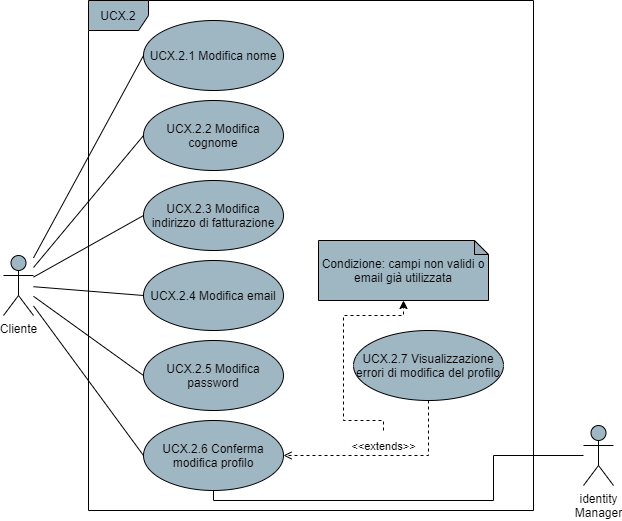
This is DocumentazioneEsterna/AnalisiDeiRequisiti/res/UseCase/Immagini/ModificaProfilo.png from Omicron-Team/Documentazione, a draw.io export, as it was before one commit. Source tidied: cells renumbered, new cells last; positions are measured from the earlier drawing's top-left corner, leaving out a move shared by most shapes. The source it was exported from:
```xml
<mxGraphModel>
  <root>
    <mxCell id="0" />
    <mxCell id="1" parent="0" />
    <mxCell id="2" style="rounded=0;jettySize=auto;html=1;entryX=0;entryY=0.5;entryDx=0;entryDy=0;endArrow=none;endFill=0;" parent="1" edge="1" source="8" target="10">
      <mxGeometry relative="1" as="geometry" />
    </mxCell>
    <mxCell id="3" style="edgeStyle=none;rounded=0;jettySize=auto;html=1;entryX=0;entryY=0.5;entryDx=0;entryDy=0;endArrow=none;endFill=0;" parent="1" edge="1" source="8" target="11">
      <mxGeometry relative="1" as="geometry" />
    </mxCell>
    <mxCell id="4" style="edgeStyle=none;rounded=0;jettySize=auto;html=1;entryX=0;entryY=0.5;entryDx=0;entryDy=0;endArrow=none;endFill=0;" parent="1" edge="1" source="8" target="12">
      <mxGeometry relative="1" as="geometry" />
    </mxCell>
    <mxCell id="5" style="edgeStyle=none;rounded=0;jettySize=auto;html=1;entryX=0;entryY=0.5;entryDx=0;entryDy=0;endArrow=none;endFill=0;" parent="1" edge="1" source="8" target="13">
      <mxGeometry relative="1" as="geometry" />
    </mxCell>
    <mxCell id="6" style="edgeStyle=none;rounded=0;jettySize=auto;html=1;entryX=0;entryY=0.5;entryDx=0;entryDy=0;endArrow=none;endFill=0;" parent="1" edge="1" source="8" target="14">
      <mxGeometry relative="1" as="geometry" />
    </mxCell>
    <mxCell id="7" style="rounded=0;jettySize=auto;html=1;entryX=0;entryY=0.5;entryDx=0;entryDy=0;endArrow=none;endFill=0;endSize=10;" parent="1" edge="1" source="8" target="19">
      <mxGeometry relative="1" as="geometry" />
    </mxCell>
    <mxCell id="8" value="Cliente" style="shape=umlActor;verticalLabelPosition=bottom;verticalAlign=top;html=1;fillColor=#9FB6C3;" parent="1" vertex="1">
      <mxGeometry y="255" width="30" height="60" as="geometry" />
    </mxCell>
    <mxCell id="9" value="UCX.2" style="shape=umlFrame;whiteSpace=wrap;html=1;fillColor=#9FB6C3;" parent="1" vertex="1">
      <mxGeometry x="85" width="445" height="510" as="geometry" />
    </mxCell>
    <mxCell id="10" value="UCX.2.1 Modifica nome" style="ellipse;whiteSpace=wrap;html=1;fillColor=#9FB6C3;" parent="1" vertex="1">
      <mxGeometry x="140" y="20" width="140" height="70" as="geometry" />
    </mxCell>
    <mxCell id="11" value="UCX.2.2 Modifica cognome" style="ellipse;whiteSpace=wrap;html=1;fillColor=#9FB6C3;" parent="1" vertex="1">
      <mxGeometry x="140" y="100" width="140" height="70" as="geometry" />
    </mxCell>
    <mxCell id="12" value="UCX.2.3 Modifica&lt;br&gt;indirizzo di fatturazione" style="ellipse;whiteSpace=wrap;html=1;fillColor=#9FB6C3;" parent="1" vertex="1">
      <mxGeometry x="140" y="180" width="140" height="70" as="geometry" />
    </mxCell>
    <mxCell id="13" value="UCX.2.4 Modifica email" style="ellipse;whiteSpace=wrap;html=1;fillColor=#9FB6C3;" parent="1" vertex="1">
      <mxGeometry x="140" y="260" width="140" height="70" as="geometry" />
    </mxCell>
    <mxCell id="14" value="UCX.2.6 Conferma modifica profilo" style="ellipse;whiteSpace=wrap;html=1;fillColor=#9FB6C3;" parent="1" vertex="1">
      <mxGeometry x="140" y="420" width="140" height="70" as="geometry" />
    </mxCell>
    <mxCell id="15" value="&amp;lt;&amp;lt;extends&amp;gt;&amp;gt;" style="edgeStyle=orthogonalEdgeStyle;rounded=0;jettySize=auto;html=1;exitX=0.5;exitY=1;exitDx=0;exitDy=0;entryX=1;entryY=0.5;entryDx=0;entryDy=0;endArrow=open;endFill=0;dashed=1;verticalAlign=bottom;align=center;" parent="1" edge="1" source="16" target="14">
      <mxGeometry relative="1" as="geometry" />
    </mxCell>
    <mxCell id="16" value="UCX.2.7 Visualizzazione errori di modifica del profilo" style="ellipse;whiteSpace=wrap;html=1;fillColor=#9FB6C3;" parent="1" vertex="1">
      <mxGeometry x="350" y="330" width="150" height="70" as="geometry" />
    </mxCell>
    <mxCell id="17" value="Condizione: campi non validi o email già utilizzata" style="shape=note;whiteSpace=wrap;html=1;backgroundOutline=1;darkOpacity=0.05;size=14;fillColor=#9FB6C3;" parent="1" vertex="1">
      <mxGeometry x="315" y="240" width="170" height="60" as="geometry" />
    </mxCell>
    <mxCell id="18" style="endArrow=classic;html=1;dashed=1;align=center;entryX=0.5;entryY=1;entryDx=0;entryDy=0;entryPerimeter=0;edgeStyle=orthogonalEdgeStyle;rounded=0;" parent="1" edge="1" target="17">
      <mxGeometry relative="1" as="geometry">
        <mxPoint x="380" y="430" as="sourcePoint" />
        <Array as="points">
          <mxPoint x="380" y="420" />
          <mxPoint x="340" y="420" />
          <mxPoint x="340" y="315" />
          <mxPoint x="400" y="315" />
        </Array>
      </mxGeometry>
    </mxCell>
    <mxCell id="19" value="UCX.2.5 Modifica password" style="ellipse;whiteSpace=wrap;html=1;fillColor=#9FB6C3;" parent="1" vertex="1">
      <mxGeometry x="140" y="340" width="140" height="70" as="geometry" />
    </mxCell>
    <mxCell id="20" style="edgeStyle=orthogonalEdgeStyle;rounded=0;jettySize=auto;html=1;endArrow=none;endFill=0;endSize=10;" parent="1" edge="1" source="21" target="14">
      <mxGeometry relative="1" as="geometry">
        <Array as="points">
          <mxPoint x="490" y="455" />
          <mxPoint x="490" y="500" />
          <mxPoint x="210" y="500" />
        </Array>
      </mxGeometry>
    </mxCell>
    <mxCell id="21" value="identity&lt;br&gt;Manager" style="shape=umlActor;verticalLabelPosition=bottom;verticalAlign=top;html=1;fillColor=#9FB6C3;" parent="1" vertex="1">
      <mxGeometry x="580" y="425" width="30" height="60" as="geometry" />
    </mxCell>
  </root>
</mxGraphModel>
```
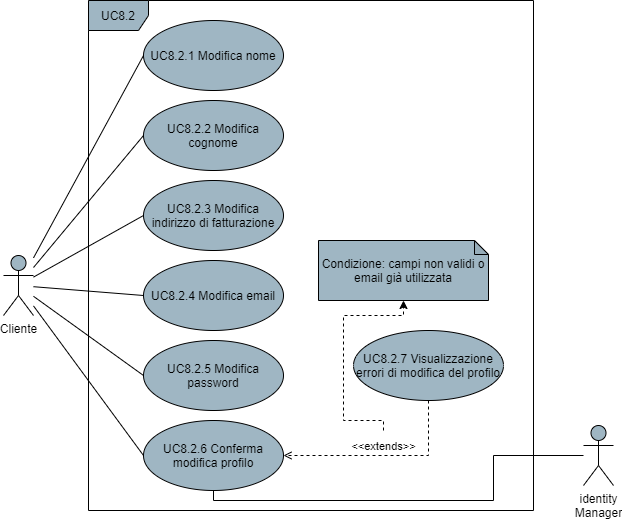
The same file after the commit.

The edit, as a diff of the source:
```diff
@@ -23,28 +23,28 @@
     <mxCell id="8" value="Cliente" style="shape=umlActor;verticalLabelPosition=bottom;verticalAlign=top;html=1;fillColor=#9FB6C3;" parent="1" vertex="1">
       <mxGeometry y="255" width="30" height="60" as="geometry" />
     </mxCell>
-    <mxCell id="9" value="UCX.2" style="shape=umlFrame;whiteSpace=wrap;html=1;fillColor=#9FB6C3;" parent="1" vertex="1">
+    <mxCell id="9" value="UC8.2" style="shape=umlFrame;whiteSpace=wrap;html=1;fillColor=#9FB6C3;" parent="1" vertex="1">
       <mxGeometry x="85" width="445" height="510" as="geometry" />
     </mxCell>
-    <mxCell id="10" value="UCX.2.1 Modifica nome" style="ellipse;whiteSpace=wrap;html=1;fillColor=#9FB6C3;" parent="1" vertex="1">
+    <mxCell id="10" value="UC8.2.1 Modifica nome" style="ellipse;whiteSpace=wrap;html=1;fillColor=#9FB6C3;" parent="1" vertex="1">
       <mxGeometry x="140" y="20" width="140" height="70" as="geometry" />
     </mxCell>
-    <mxCell id="11" value="UCX.2.2 Modifica cognome" style="ellipse;whiteSpace=wrap;html=1;fillColor=#9FB6C3;" parent="1" vertex="1">
+    <mxCell id="11" value="UC8.2.2 Modifica cognome" style="ellipse;whiteSpace=wrap;html=1;fillColor=#9FB6C3;" parent="1" vertex="1">
       <mxGeometry x="140" y="100" width="140" height="70" as="geometry" />
     </mxCell>
-    <mxCell id="12" value="UCX.2.3 Modifica&lt;br&gt;indirizzo di fatturazione" style="ellipse;whiteSpace=wrap;html=1;fillColor=#9FB6C3;" parent="1" vertex="1">
+    <mxCell id="12" value="UC8.2.3 Modifica&lt;br&gt;indirizzo di fatturazione" style="ellipse;whiteSpace=wrap;html=1;fillColor=#9FB6C3;" parent="1" vertex="1">
       <mxGeometry x="140" y="180" width="140" height="70" as="geometry" />
     </mxCell>
-    <mxCell id="13" value="UCX.2.4 Modifica email" style="ellipse;whiteSpace=wrap;html=1;fillColor=#9FB6C3;" parent="1" vertex="1">
+    <mxCell id="13" value="UC8.2.4 Modifica email" style="ellipse;whiteSpace=wrap;html=1;fillColor=#9FB6C3;" parent="1" vertex="1">
       <mxGeometry x="140" y="260" width="140" height="70" as="geometry" />
     </mxCell>
-    <mxCell id="14" value="UCX.2.6 Conferma modifica profilo" style="ellipse;whiteSpace=wrap;html=1;fillColor=#9FB6C3;" parent="1" vertex="1">
+    <mxCell id="14" value="UC8.2.6 Conferma modifica profilo" style="ellipse;whiteSpace=wrap;html=1;fillColor=#9FB6C3;" parent="1" vertex="1">
       <mxGeometry x="140" y="420" width="140" height="70" as="geometry" />
     </mxCell>
     <mxCell id="15" value="&amp;lt;&amp;lt;extends&amp;gt;&amp;gt;" style="edgeStyle=orthogonalEdgeStyle;rounded=0;jettySize=auto;html=1;exitX=0.5;exitY=1;exitDx=0;exitDy=0;entryX=1;entryY=0.5;entryDx=0;entryDy=0;endArrow=open;endFill=0;dashed=1;verticalAlign=bottom;align=center;" parent="1" edge="1" source="16" target="14">
       <mxGeometry relative="1" as="geometry" />
     </mxCell>
-    <mxCell id="16" value="UCX.2.7 Visualizzazione errori di modifica del profilo" style="ellipse;whiteSpace=wrap;html=1;fillColor=#9FB6C3;" parent="1" vertex="1">
+    <mxCell id="16" value="UC8.2.7 Visualizzazione errori di modifica del profilo" style="ellipse;whiteSpace=wrap;html=1;fillColor=#9FB6C3;" parent="1" vertex="1">
       <mxGeometry x="350" y="330" width="150" height="70" as="geometry" />
     </mxCell>
     <mxCell id="17" value="Condizione: campi non validi o email già utilizzata" style="shape=note;whiteSpace=wrap;html=1;backgroundOutline=1;darkOpacity=0.05;size=14;fillColor=#9FB6C3;" parent="1" vertex="1">
@@ -61,7 +61,7 @@
         </Array>
       </mxGeometry>
     </mxCell>
-    <mxCell id="19" value="UCX.2.5 Modifica password" style="ellipse;whiteSpace=wrap;html=1;fillColor=#9FB6C3;" parent="1" vertex="1">
+    <mxCell id="19" value="UC8.2.5 Modifica password" style="ellipse;whiteSpace=wrap;html=1;fillColor=#9FB6C3;" parent="1" vertex="1">
       <mxGeometry x="140" y="340" width="140" height="70" as="geometry" />
     </mxCell>
     <mxCell id="20" style="edgeStyle=orthogonalEdgeStyle;rounded=0;jettySize=auto;html=1;endArrow=none;endFill=0;endSize=10;" parent="1" edge="1" source="21" target="14">
```
